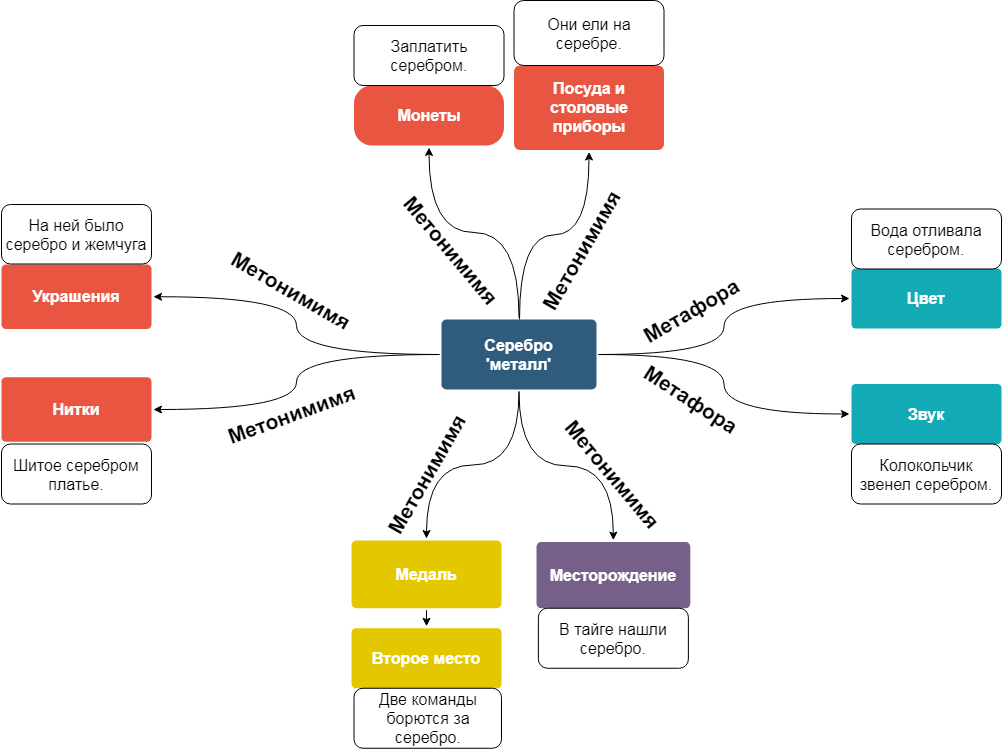
This is silver.png from JanaKoko/try, a draw.io export, as it was before one commit. Source tidied: cells renumbered, new cells last; positions are measured from the earlier drawing's top-left corner, leaving out a move shared by most shapes.
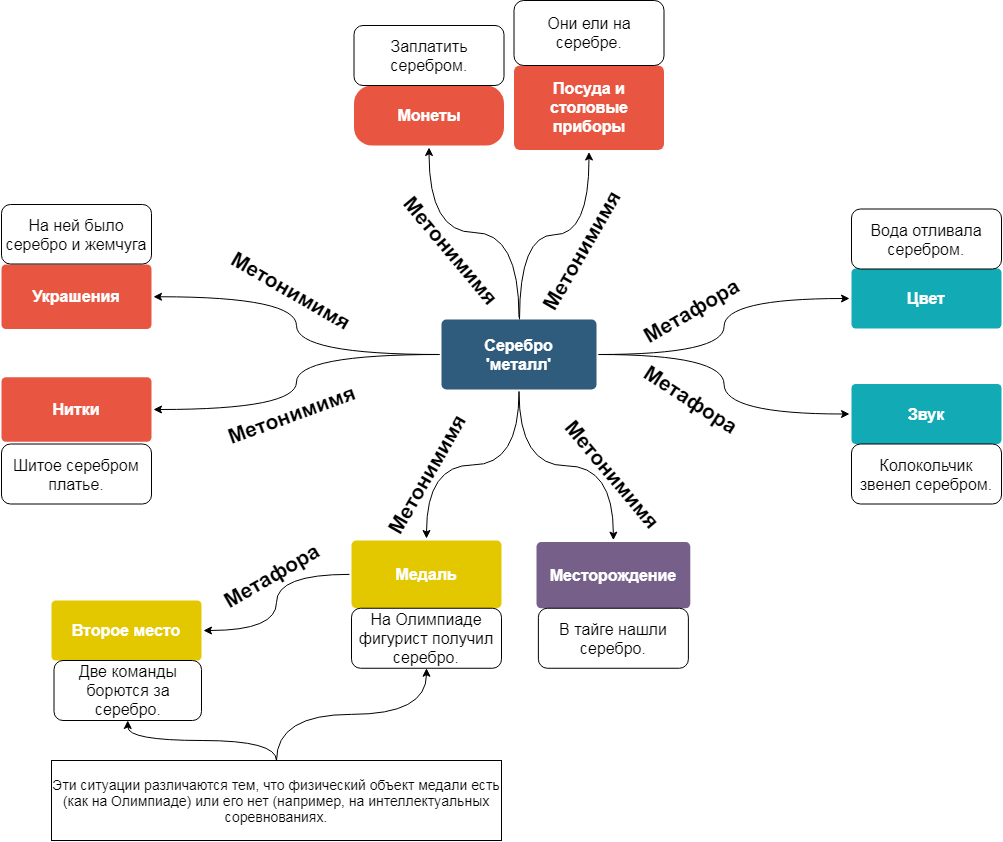
The same diagram one commit later.

What changed in the source:
```diff
@@ -46,7 +46,7 @@
     <mxCell id="15" value="Звук" style="rounded=1;whiteSpace=wrap;html=1;shadow=0;labelBackgroundColor=none;strokeColor=none;strokeWidth=3;fillColor=#12aab5;fontFamily=Helvetica;fontSize=16;fontColor=#FFFFFF;align=center;spacing=5;fontStyle=1;arcSize=7;perimeterSpacing=2;" parent="1" vertex="1">
       <mxGeometry x="850" y="383.5" width="150" height="60" as="geometry" />
     </mxCell>
-    <mxCell id="16" style="edgeStyle=none;rounded=0;jettySize=auto;html=1;exitX=0.5;exitY=1;exitDx=0;exitDy=0;fontSize=16;" parent="1" edge="1" source="17" target="24">
+    <mxCell id="16" style="edgeStyle=orthogonalEdgeStyle;curved=1;rounded=0;jettySize=auto;html=1;entryX=1;entryY=0.5;entryDx=0;entryDy=0;" parent="1" edge="1" source="17" target="24">
       <mxGeometry relative="1" as="geometry" />
     </mxCell>
     <mxCell id="17" value="Медаль" style="rounded=1;whiteSpace=wrap;html=1;shadow=0;labelBackgroundColor=none;strokeWidth=3;fillColor=#e3c800;fontFamily=Helvetica;fontSize=16;align=center;spacing=5;fontStyle=1;arcSize=7;perimeterSpacing=2;fontColor=#ffffff;strokeColor=none;" parent="1" vertex="1">
@@ -71,10 +71,10 @@
       <mxGeometry x="850" y="443.5" width="150" height="60" as="geometry" />
     </mxCell>
     <mxCell id="24" value="Второе место" style="rounded=1;whiteSpace=wrap;html=1;shadow=0;labelBackgroundColor=none;strokeWidth=3;fillColor=#e3c800;fontFamily=Helvetica;fontSize=16;align=center;spacing=5;fontStyle=1;arcSize=7;perimeterSpacing=2;fontColor=#ffffff;strokeColor=none;" parent="1" vertex="1">
-      <mxGeometry x="350" y="627.8" width="150" height="60" as="geometry" />
+      <mxGeometry x="50" y="600" width="150" height="60" as="geometry" />
     </mxCell>
     <mxCell id="25" value="Две команды борются за серебро." style="rounded=1;whiteSpace=wrap;html=1;fontSize=16;" parent="1" vertex="1">
-      <mxGeometry x="352.5" y="687.8" width="147.5" height="60" as="geometry" />
+      <mxGeometry x="52.5" y="660" width="147.5" height="60" as="geometry" />
     </mxCell>
     <mxCell id="26" value="Месторождение" style="rounded=1;whiteSpace=wrap;html=1;shadow=0;labelBackgroundColor=none;strokeWidth=3;fillColor=#76608a;fontFamily=Helvetica;fontSize=16;fontColor=#ffffff;align=center;spacing=5;fontStyle=1;arcSize=7;perimeterSpacing=2;strokeColor=none;" parent="1" vertex="1">
       <mxGeometry x="535" y="541.6" width="153.8" height="66.1" as="geometry" />
@@ -112,5 +112,20 @@
     <mxCell id="37" value="Метафора" style="text;html=1;strokeColor=none;fillColor=none;align=center;verticalAlign=middle;whiteSpace=wrap;rounded=0;fontSize=21;fontStyle=1;rotation=33;" parent="1" vertex="1">
       <mxGeometry x="570" y="389" width="240" height="20" as="geometry" />
     </mxCell>
+    <mxCell id="38" value="На Олимпиаде фигурист получил серебро." style="rounded=1;whiteSpace=wrap;html=1;fontSize=16;" parent="1" vertex="1">
+      <mxGeometry x="350" y="607.8" width="150" height="60" as="geometry" />
+    </mxCell>
+    <mxCell id="39" value="Метафора" style="text;html=1;strokeColor=none;fillColor=none;align=center;verticalAlign=middle;whiteSpace=wrap;rounded=0;fontSize=21;fontStyle=1;rotation=-30;" parent="1" vertex="1">
+      <mxGeometry x="150" y="564.7" width="240" height="20" as="geometry" />
+    </mxCell>
+    <mxCell id="40" style="edgeStyle=orthogonalEdgeStyle;curved=1;rounded=0;jettySize=auto;html=1;entryX=0.5;entryY=1;entryDx=0;entryDy=0;" parent="1" edge="1" source="42" target="38">
+      <mxGeometry relative="1" as="geometry" />
+    </mxCell>
+    <mxCell id="41" style="edgeStyle=orthogonalEdgeStyle;curved=1;rounded=0;jettySize=auto;html=1;entryX=0.5;entryY=1;entryDx=0;entryDy=0;" parent="1" edge="1" source="42" target="25">
+      <mxGeometry relative="1" as="geometry" />
+    </mxCell>
+    <mxCell id="42" value="Эти ситуации различаются тем, что физический объект медали есть (как на Олимпиаде) или его нет (например, на интеллектуальных соревнованиях." style="rounded=0;whiteSpace=wrap;html=1;fontSize=14;" parent="1" vertex="1">
+      <mxGeometry x="50" y="760" width="450" height="80" as="geometry" />
+    </mxCell>
   </root>
 </mxGraphModel>
```
